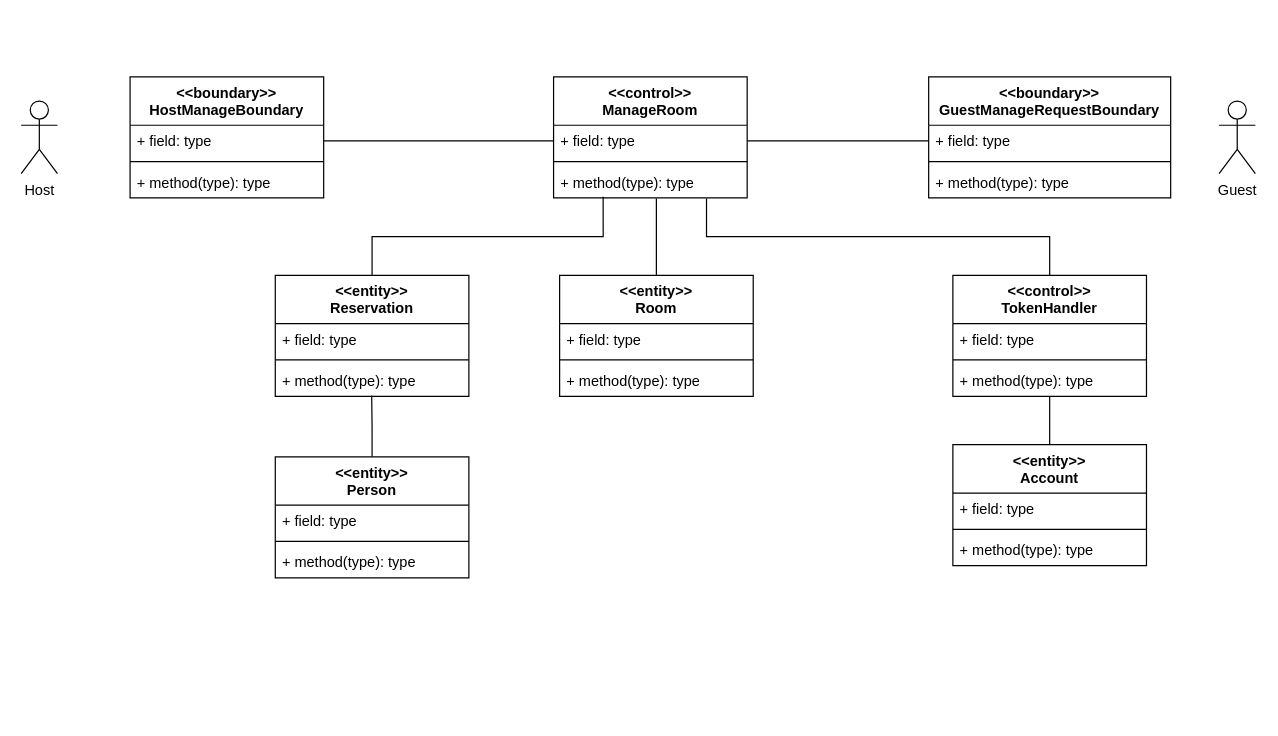
nic-agos/DoveStudi keeps this draw.io diagram as Docs/VoPC/VoPC ManageRoom.drawio. Above is the earlier version. Source tidied: cells renumbered, new cells numbered last; positions are measured from the earlier drawing's top-left corner, leaving out a move shared by most shapes. Both pictures are drawn from the tidied source at 121%, with x=0, y=0 at pixel (21, 76).
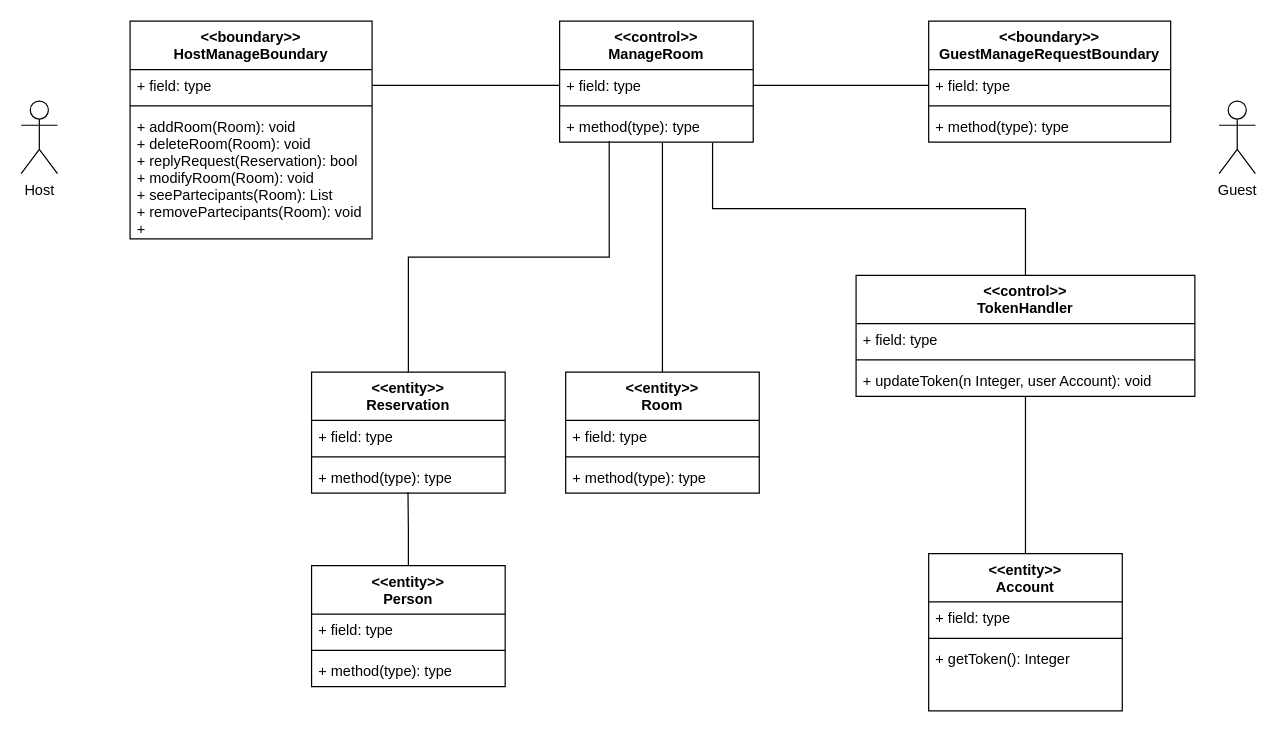
After the change.

Commit message:
addiing methgods

Diff of the diagram source:
```diff
@@
     <mxCell id="2" value="&lt;&lt;control&gt;&gt;&#10;ManageRoom" style="swimlane;fontStyle=1;align=center;verticalAlign=top;horizontal=1;startSize=40;" parent="1" vertex="1">
-      <mxGeometry x="440" width="160" height="100" as="geometry" />
+      <mxGeometry x="445" y="-46" width="160" height="100" as="geometry" />
     </mxCell>
@@
     <mxCell id="6" value="&lt;&lt;boundary&gt;&gt;&#10;HostManageBoundary" style="swimlane;fontStyle=1;align=center;verticalAlign=top;horizontal=1;startSize=40;" parent="1" vertex="1">
-      <mxGeometry x="90" width="160" height="100" as="geometry" />
+      <mxGeometry x="90" y="-46" width="200" height="180" as="geometry" />
     </mxCell>
     <mxCell id="7" value="+ field: type" style="text;strokeColor=none;fillColor=none;align=left;verticalAlign=top;spacingLeft=4;spacingRight=4;overflow=hidden;points=[[0,0.5],[1,0.5]];portConstraint=eastwest;" parent="6" vertex="1">
-      <mxGeometry y="40" width="160" height="26" as="geometry" />
+      <mxGeometry y="40" width="200" height="26" as="geometry" />
     </mxCell>
     <mxCell id="8" style="line;strokeWidth=1;fillColor=none;align=left;verticalAlign=middle;spacingTop=-1;spacingLeft=3;spacingRight=3;labelPosition=right;" parent="6" vertex="1">
-      <mxGeometry y="66" width="160" height="8" as="geometry" />
+      <mxGeometry y="66" width="200" height="8" as="geometry" />
     </mxCell>
-    <mxCell id="9" value="+ method(type): type" style="text;strokeColor=none;fillColor=none;align=left;verticalAlign=top;spacingLeft=4;spacingRight=4;overflow=hidden;" parent="6" vertex="1">
-      <mxGeometry y="74" width="160" height="26" as="geometry" />
+    <mxCell id="9" value="+ addRoom(Room): void&#10;+ deleteRoom(Room): void&#10;+ replyRequest(Reservation): bool&#10;+ modifyRoom(Room): void&#10;+ seePartecipants(Room): List&#10;+ removePartecipants(Room): void&#10;+&#10;" style="text;strokeColor=none;fillColor=none;align=left;verticalAlign=top;spacingLeft=4;spacingRight=4;overflow=hidden;" parent="6" vertex="1">
+      <mxGeometry y="74" width="200" height="106" as="geometry" />
     </mxCell>
@@
     <mxCell id="12" value="&lt;&lt;entity&gt;&gt;&#10;Person" style="swimlane;fontStyle=1;align=center;verticalAlign=top;horizontal=1;startSize=40;" parent="1" vertex="1">
-      <mxGeometry x="210" y="314" width="160" height="100" as="geometry" />
+      <mxGeometry x="240" y="404" width="160" height="100" as="geometry" />
     </mxCell>
@@
     <mxCell id="17" value="&lt;&lt;entity&gt;&gt;&#10;Reservation" style="swimlane;fontStyle=1;align=center;verticalAlign=top;horizontal=1;startSize=40;" parent="1" vertex="1">
-      <mxGeometry x="210" y="164" width="160" height="100" as="geometry" />
+      <mxGeometry x="240" y="244" width="160" height="100" as="geometry" />
     </mxCell>
@@
     <mxCell id="22" value="&lt;&lt;boundary&gt;&gt;&#10;GuestManageRequestBoundary" style="swimlane;fontStyle=1;align=center;verticalAlign=top;horizontal=1;startSize=40;" parent="1" vertex="1">
-      <mxGeometry x="750" width="200" height="100" as="geometry" />
+      <mxGeometry x="750" y="-46" width="200" height="100" as="geometry" />
     </mxCell>
@@
     <mxCell id="29" value="&lt;&lt;control&gt;&gt;&#10;TokenHandler" style="swimlane;fontStyle=1;align=center;verticalAlign=top;horizontal=1;startSize=40;" parent="1" vertex="1">
-      <mxGeometry x="770" y="164" width="160" height="100" as="geometry" />
+      <mxGeometry x="690" y="164" width="280" height="100" as="geometry" />
     </mxCell>
     <mxCell id="30" value="+ field: type" style="text;strokeColor=none;fillColor=none;align=left;verticalAlign=top;spacingLeft=4;spacingRight=4;overflow=hidden;" parent="29" vertex="1">
-      <mxGeometry y="40" width="160" height="26" as="geometry" />
+      <mxGeometry y="40" width="280" height="26" as="geometry" />
     </mxCell>
     <mxCell id="31" style="line;strokeWidth=1;fillColor=none;align=left;verticalAlign=middle;spacingTop=-1;spacingLeft=3;spacingRight=3;labelPosition=right;" parent="29" vertex="1">
-      <mxGeometry y="66" width="160" height="8" as="geometry" />
+      <mxGeometry y="66" width="280" height="8" as="geometry" />
     </mxCell>
-    <mxCell id="32" value="+ method(type): type" style="text;strokeColor=none;fillColor=none;align=left;verticalAlign=top;spacingLeft=4;spacingRight=4;overflow=hidden;points=[[0,0.5],[1,0.5]];portConstraint=eastwest;" parent="29" vertex="1">
-      <mxGeometry y="74" width="160" height="26" as="geometry" />
+    <mxCell id="32" value="+ updateToken(n Integer, user Account): void&#10;" style="text;strokeColor=none;fillColor=none;align=left;verticalAlign=top;spacingLeft=4;spacingRight=4;overflow=hidden;points=[[0,0.5],[1,0.5]];portConstraint=eastwest;" parent="29" vertex="1">
+      <mxGeometry y="74" width="280" height="26" as="geometry" />
     </mxCell>
@@
     <mxCell id="34" value="&lt;&lt;entity&gt;&gt;&#10;Room" style="swimlane;fontStyle=1;align=center;verticalAlign=top;horizontal=1;startSize=40;" parent="1" vertex="1">
-      <mxGeometry x="445" y="164" width="160" height="100" as="geometry" />
+      <mxGeometry x="450" y="244" width="160" height="100" as="geometry" />
     </mxCell>
@@
     <mxCell id="39" value="&lt;&lt;entity&gt;&gt;&#10;Account" style="swimlane;fontStyle=1;align=center;verticalAlign=top;horizontal=1;startSize=40;" parent="1" vertex="1">
-      <mxGeometry x="770" y="304" width="160" height="100" as="geometry" />
+      <mxGeometry x="750" y="394" width="160" height="130" as="geometry" />
     </mxCell>
@@
-    <mxCell id="42" value="+ method(type): type" style="text;strokeColor=none;fillColor=none;align=left;verticalAlign=top;spacingLeft=4;spacingRight=4;overflow=hidden;" parent="39" vertex="1">
-      <mxGeometry y="74" width="160" height="26" as="geometry" />
+    <mxCell id="42" value="+ getToken(): Integer" style="text;strokeColor=none;fillColor=none;align=left;verticalAlign=top;spacingLeft=4;spacingRight=4;overflow=hidden;" parent="39" vertex="1">
+      <mxGeometry y="74" width="160" height="56" as="geometry" />
     </mxCell>
```
